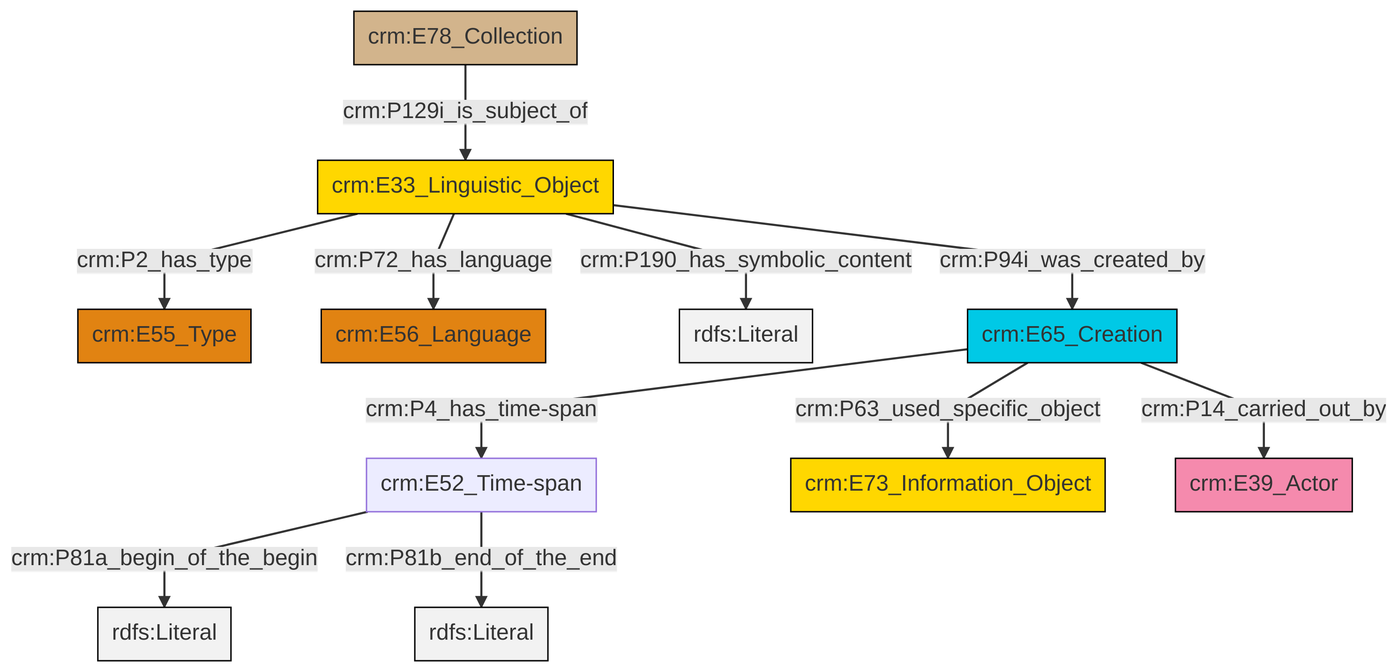
Before: et/archivalCSV/ttl/mmd/png/archival_desc.png, a diagram exported from Mermaid (swiss-art-research-net/docs.swissartresearch). Its source is kept beside it as et/archivalCSV/ttl/mmd/archival_desc.ttl.mmd.
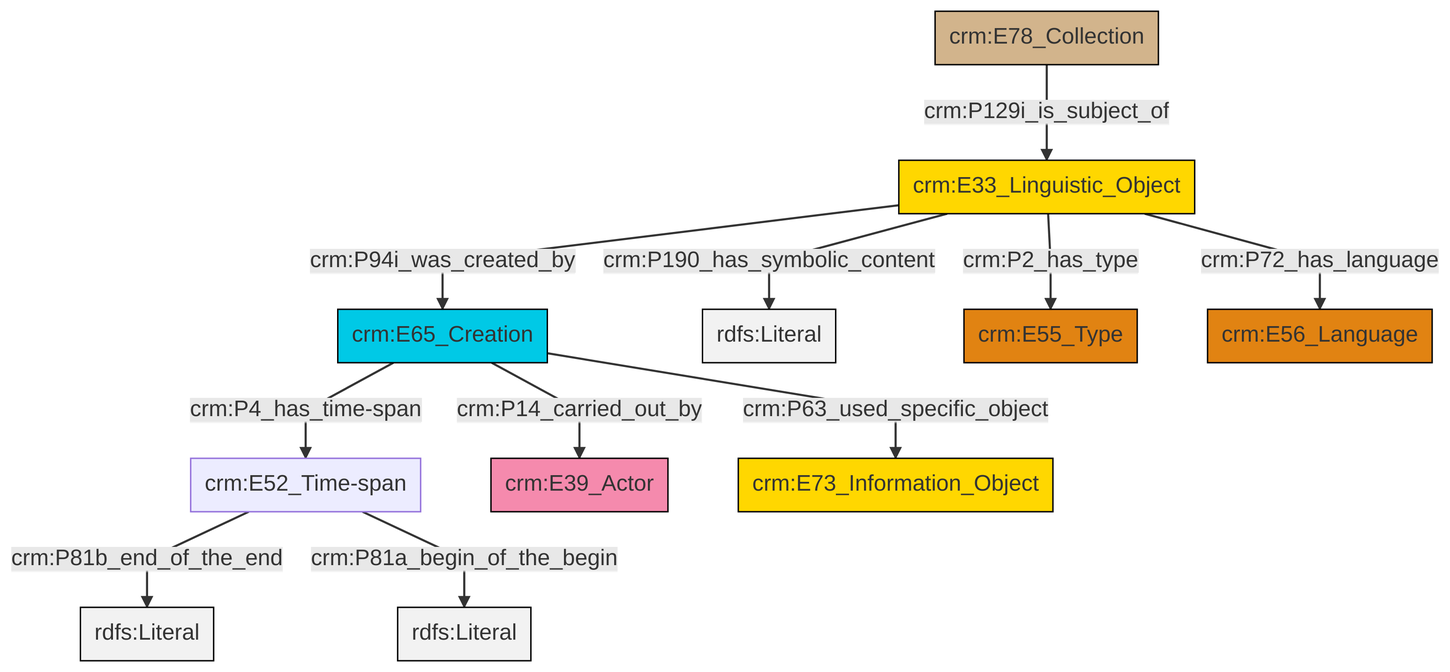
Later version of the same file.

What changed in the source:
```diff
@@ -13,13 +13,13 @@
 classDef PC_Classes fill:#4ce600, stroke:#000000;
 classDef Multi fill:#cccccc,stroke:#000000;
 
-0["crm:E33_Linguistic_Object"]:::Conceptual_Object -->|crm:P2_has_type| 1["crm:E55_Type"]:::Type
-0["crm:E33_Linguistic_Object"]:::Conceptual_Object -->|crm:P72_has_language| 2["crm:E56_Language"]:::Type
-0["crm:E33_Linguistic_Object"]:::Conceptual_Object -->|crm:P190_has_symbolic_content| 5[rdfs:Literal]:::Literal
-6["crm:E52_Time-span"]:::Default -->|crm:P81a_begin_of_the_begin| 7[rdfs:Literal]:::Literal
-8["crm:E65_Creation"]:::Temporal_Entity -->|crm:P63_used_specific_object| 9["crm:E73_Information_Object"]:::Conceptual_Object
-0["crm:E33_Linguistic_Object"]:::Conceptual_Object -->|crm:P94i_was_created_by| 8["crm:E65_Creation"]:::Temporal_Entity
-8["crm:E65_Creation"]:::Temporal_Entity -->|crm:P4_has_time-span| 6["crm:E52_Time-span"]:::Default
-11["crm:E78_Collection"]:::Physical_Thing -->|crm:P129i_is_subject_of| 0["crm:E33_Linguistic_Object"]:::Conceptual_Object
-6["crm:E52_Time-span"]:::Default -->|crm:P81b_end_of_the_end| 16[rdfs:Literal]:::Literal
-8["crm:E65_Creation"]:::Temporal_Entity -->|crm:P14_carried_out_by| 12["crm:E39_Actor"]:::Actor
+0["crm:E33_Linguistic_Object"]:::Conceptual_Object -->|crm:P94i_was_created_by| 1["crm:E65_Creation"]:::Temporal_Entity
+0["crm:E33_Linguistic_Object"]:::Conceptual_Object -->|crm:P190_has_symbolic_content| 2[rdfs:Literal]:::Literal
+0["crm:E33_Linguistic_Object"]:::Conceptual_Object -->|crm:P2_has_type| 3["crm:E55_Type"]:::Type
+0["crm:E33_Linguistic_Object"]:::Conceptual_Object -->|crm:P72_has_language| 4["crm:E56_Language"]:::Type
+5["crm:E52_Time-span"]:::Default -->|crm:P81b_end_of_the_end| 10[rdfs:Literal]:::Literal
+1["crm:E65_Creation"]:::Temporal_Entity -->|crm:P63_used_specific_object| 11["crm:E73_Information_Object"]:::Conceptual_Object
+1["crm:E65_Creation"]:::Temporal_Entity -->|crm:P4_has_time-span| 5["crm:E52_Time-span"]:::Default
+14["crm:E78_Collection"]:::Physical_Thing -->|crm:P129i_is_subject_of| 0["crm:E33_Linguistic_Object"]:::Conceptual_Object
+1["crm:E65_Creation"]:::Temporal_Entity -->|crm:P14_carried_out_by| 8["crm:E39_Actor"]:::Actor
+5["crm:E52_Time-span"]:::Default -->|crm:P81a_begin_of_the_begin| 17[rdfs:Literal]:::Literal
```
